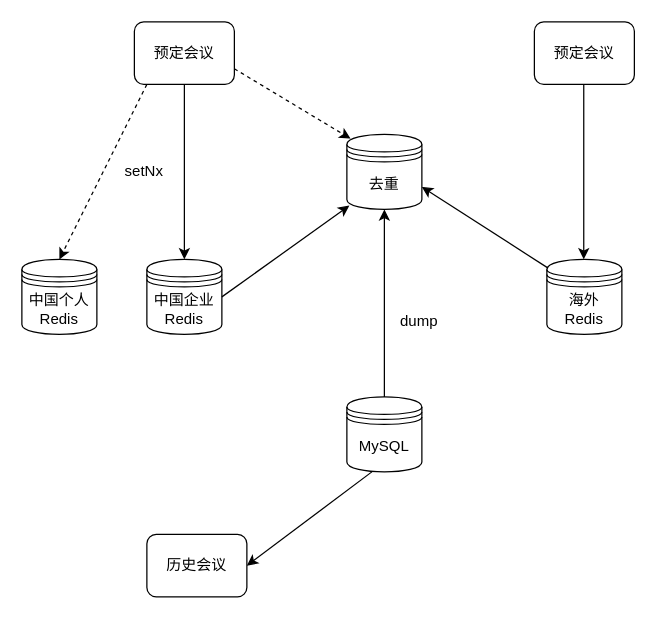
Above: base/meetingID去重.drawio in melonshell/draw.io (draw.io), before the change. Source tidied: cells renumbered, new cells numbered last; positions are measured from the earlier drawing's top-left corner, leaving out a move shared by most shapes. Both pictures are drawn from the tidied source at 125%, with x=0, y=0 at pixel (21, 21).
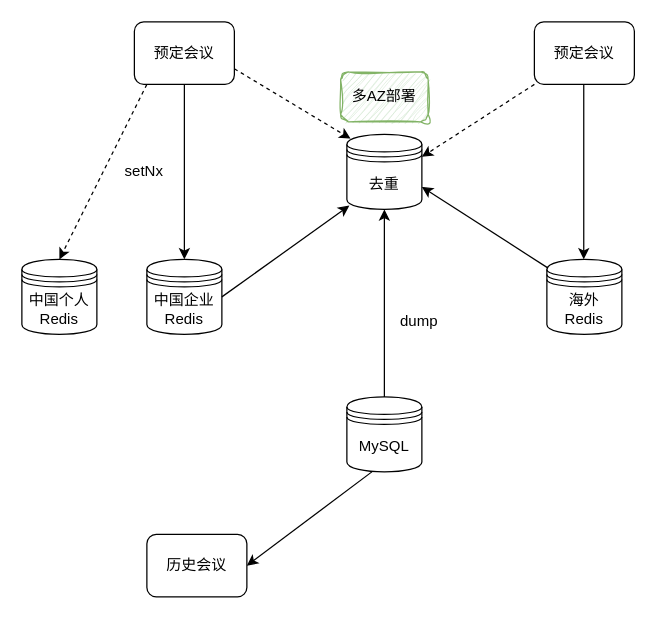
Above is the later version.

The change refers to these unchanged cells:
```xml
<mxCell id="4" value="去重" style="shape=datastore;whiteSpace=wrap;html=1;fillColor=none;" parent="1" vertex="1">
  <mxGeometry x="260" y="90" width="60" height="60" as="geometry" />
</mxCell>
<mxCell id="6" value="预定会议" style="rounded=1;whiteSpace=wrap;html=1;fillColor=none;" parent="1" vertex="1">
  <mxGeometry x="410" width="80" height="50" as="geometry" />
</mxCell>
```

Diff of the diagram source:
```diff
@@
+    <mxCell id="20" style="endArrow=classic;html=1;rounded=0;entryX=1;entryY=0.3;entryDx=0;entryDy=0;dashed=1;exitX=0;exitY=1;exitDx=0;exitDy=0;" parent="1" edge="1" source="6" target="4">
+      <mxGeometry relative="1" as="geometry" />
+    </mxCell>
+    <mxCell id="21" value="多AZ部署" style="rounded=1;whiteSpace=wrap;html=1;fillColor=#d5e8d4;sketch=1;curveFitting=1;jiggle=2;strokeColor=#82b366;" parent="1" vertex="1">
+      <mxGeometry x="255" y="40" width="70" height="40" as="geometry" />
+    </mxCell>
```
